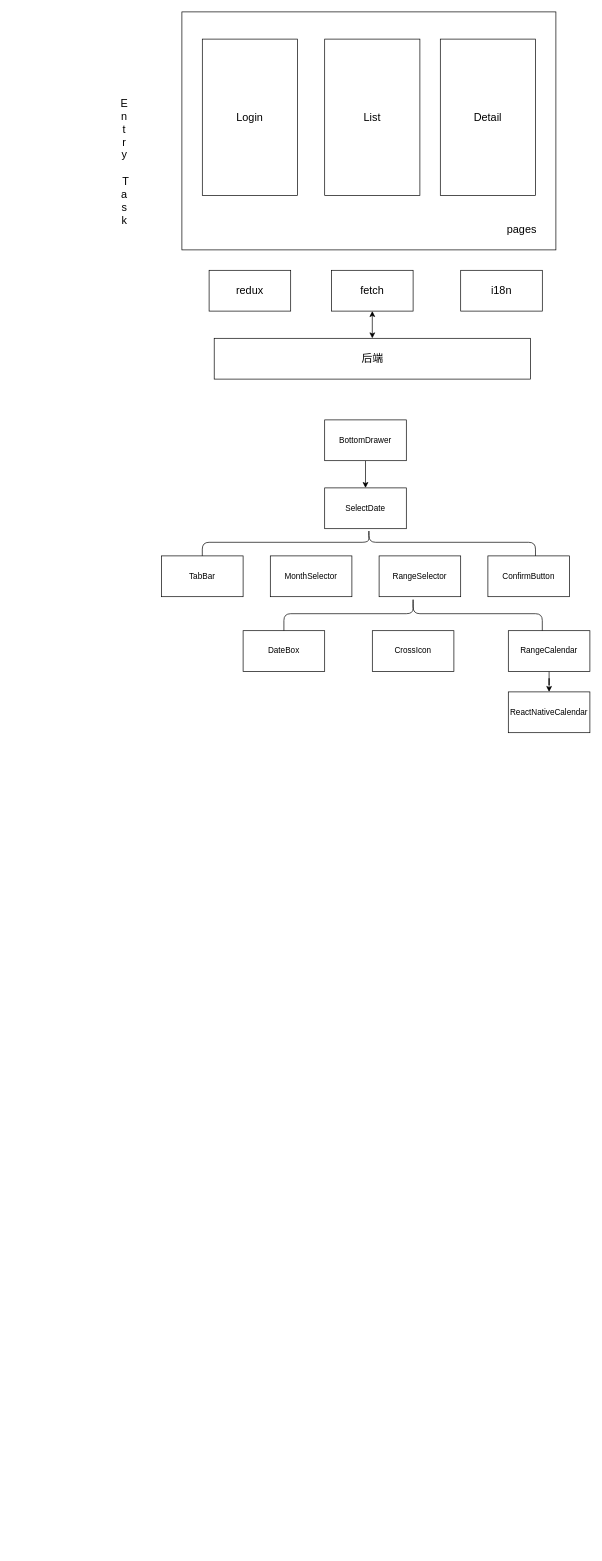
Earlier version of the draw.io diagram Untitled Diagram.drawio (cguank/-). Source tidied: cells renumbered, new cells numbered last; positions are measured from the earlier drawing's top-left corner, leaving out a move shared by most shapes. Both pictures are drawn from the tidied source at 68%, with x=0, y=0 at pixel (114, 12).
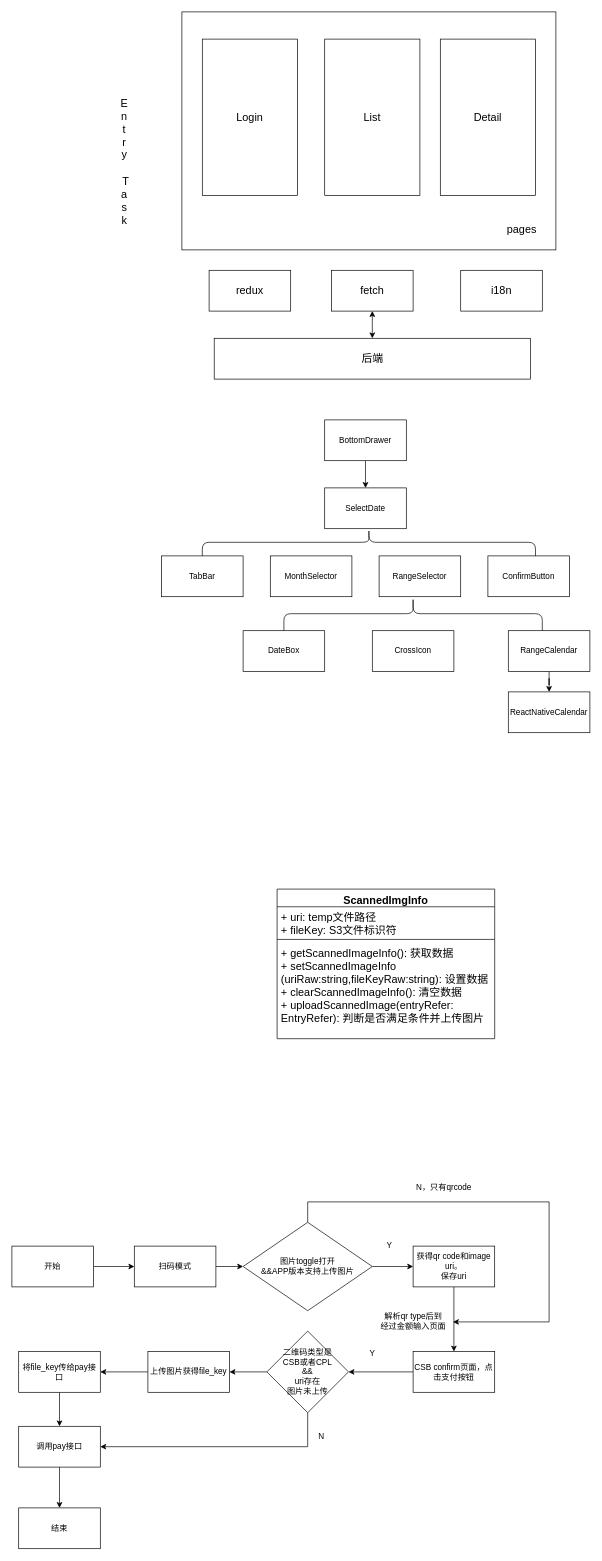
Above is the later version.

Change to the diagram source:
```diff
@@
+    <mxCell id="27" value="ScannedImgInfo" style="swimlane;fontStyle=1;align=center;verticalAlign=top;horizontal=1;startSize=26;whiteSpace=wrap;html=1;fontSize=16;" parent="1" vertex="1">
+      <mxGeometry x="240" y="1290" width="320" height="220" as="geometry" />
+    </mxCell>
+    <mxCell id="28" value="+ uri: temp文件路径&lt;div style=&quot;font-size: 16px;&quot;&gt;+ fileKey: S3文件标识符&lt;/div&gt;" style="text;strokeColor=none;fillColor=none;align=left;verticalAlign=top;spacingLeft=4;spacingRight=4;overflow=hidden;whiteSpace=wrap;html=1;fontSize=16;" parent="27" vertex="1">
+      <mxGeometry y="26" width="320" height="44" as="geometry" />
+    </mxCell>
+    <mxCell id="29" style="line;strokeWidth=1;fillColor=none;align=left;verticalAlign=middle;spacingTop=-1;spacingLeft=3;spacingRight=3;labelPosition=right;strokeColor=inherit;fontSize=16;" parent="27" vertex="1">
+      <mxGeometry y="70" width="320" height="8" as="geometry" />
+    </mxCell>
+    <mxCell id="30" value="+ getScannedImageInfo(): 获取数据&lt;div style=&quot;font-size: 16px;&quot;&gt;+&amp;nbsp;setScannedImageInfo&lt;/div&gt;&lt;div style=&quot;font-size: 16px;&quot;&gt;(uriRaw:string,fileKeyRaw:string): 设置数据&lt;/div&gt;&lt;div style=&quot;font-size: 16px;&quot;&gt;+&amp;nbsp;clearScannedImageInfo(): 清空数据&lt;/div&gt;&lt;div style=&quot;font-size: 16px;&quot;&gt;+&amp;nbsp;uploadScannedImage(entryRefer: EntryRefer): 判断是否满足条件并上传图片&lt;/div&gt;" style="text;strokeColor=none;fillColor=none;align=left;verticalAlign=top;spacingLeft=4;spacingRight=4;overflow=hidden;whiteSpace=wrap;html=1;fontSize=16;" parent="27" vertex="1">
+      <mxGeometry y="78" width="320" height="142" as="geometry" />
+    </mxCell>
+    <mxCell id="31" style="edgeStyle=orthogonalEdgeStyle;rounded=0;jettySize=auto;html=1;" parent="1" edge="1" source="32" target="34">
+      <mxGeometry relative="1" as="geometry" />
+    </mxCell>
+    <mxCell id="32" value="开始" style="rounded=0;whiteSpace=wrap;html=1;" parent="1" vertex="1">
+      <mxGeometry x="-150" y="1815" width="120" height="60" as="geometry" />
+    </mxCell>
+    <mxCell id="33" style="edgeStyle=orthogonalEdgeStyle;rounded=0;jettySize=auto;html=1;" parent="1" edge="1" source="34" target="37">
+      <mxGeometry relative="1" as="geometry" />
+    </mxCell>
+    <mxCell id="34" value="扫码模式" style="rounded=0;whiteSpace=wrap;html=1;" parent="1" vertex="1">
+      <mxGeometry x="30" y="1815" width="120" height="60" as="geometry" />
+    </mxCell>
+    <mxCell id="35" style="edgeStyle=orthogonalEdgeStyle;rounded=0;jettySize=auto;html=1;" parent="1" edge="1" source="37" target="40">
+      <mxGeometry relative="1" as="geometry" />
+    </mxCell>
+    <mxCell id="36" style="edgeStyle=orthogonalEdgeStyle;rounded=0;jettySize=auto;html=1;entryX=-0.035;entryY=0.549;entryDx=0;entryDy=0;entryPerimeter=0;" parent="1" edge="1" source="37">
+      <mxGeometry relative="1" as="geometry">
+        <mxPoint x="498.7" y="1926.5" as="targetPoint" />
+        <Array as="points">
+          <mxPoint x="285" y="1750" />
+          <mxPoint x="640" y="1750" />
+          <mxPoint x="640" y="1926" />
+        </Array>
+      </mxGeometry>
+    </mxCell>
+    <mxCell id="37" value="图片toggle打开&lt;div&gt;&amp;amp;&amp;amp;APP版本支持上传图片&lt;/div&gt;" style="rhombus;whiteSpace=wrap;html=1;" parent="1" vertex="1">
+      <mxGeometry x="190" y="1780" width="190" height="130" as="geometry" />
+    </mxCell>
+    <mxCell id="38" value="Y" style="text;html=1;align=center;verticalAlign=middle;strokeColor=none;fillColor=none;" parent="1" vertex="1">
+      <mxGeometry x="390" y="1800" width="30" height="30" as="geometry" />
+    </mxCell>
+    <mxCell id="39" style="edgeStyle=orthogonalEdgeStyle;rounded=0;jettySize=auto;html=1;" parent="1" edge="1" source="40" target="42">
+      <mxGeometry relative="1" as="geometry" />
+    </mxCell>
+    <mxCell id="40" value="获得qr code和image uri。&lt;div&gt;保存uri&lt;/div&gt;" style="whiteSpace=wrap;html=1;" parent="1" vertex="1">
+      <mxGeometry x="440" y="1815" width="120" height="60" as="geometry" />
+    </mxCell>
+    <mxCell id="41" style="edgeStyle=orthogonalEdgeStyle;rounded=0;jettySize=auto;html=1;" parent="1" edge="1" source="42" target="50">
+      <mxGeometry relative="1" as="geometry" />
+    </mxCell>
+    <mxCell id="42" value="CSB confirm页面，点击支付按钮" style="whiteSpace=wrap;html=1;" parent="1" vertex="1">
+      <mxGeometry x="440" y="1970" width="120" height="60" as="geometry" />
+    </mxCell>
+    <mxCell id="43" style="edgeStyle=orthogonalEdgeStyle;rounded=0;orthogonalLoop=1;jettySize=auto;html=1;exitX=0.5;exitY=1;exitDx=0;exitDy=0;" parent="1" edge="1" source="42" target="42">
+      <mxGeometry relative="1" as="geometry" />
+    </mxCell>
+    <mxCell id="44" style="edgeStyle=orthogonalEdgeStyle;rounded=0;jettySize=auto;html=1;" parent="1" edge="1" source="45" target="47">
+      <mxGeometry relative="1" as="geometry" />
+    </mxCell>
+    <mxCell id="45" value="上传图片获得file_key" style="whiteSpace=wrap;html=1;" parent="1" vertex="1">
+      <mxGeometry x="50" y="1970" width="120" height="60" as="geometry" />
+    </mxCell>
+    <mxCell id="46" style="edgeStyle=orthogonalEdgeStyle;rounded=0;jettySize=auto;html=1;" parent="1" edge="1" source="47" target="54">
+      <mxGeometry relative="1" as="geometry" />
+    </mxCell>
+    <mxCell id="47" value="将file_key传给pay接口" style="whiteSpace=wrap;html=1;" parent="1" vertex="1">
+      <mxGeometry x="-140" y="1970" width="120" height="60" as="geometry" />
+    </mxCell>
+    <mxCell id="48" style="edgeStyle=orthogonalEdgeStyle;rounded=0;jettySize=auto;html=1;" parent="1" edge="1" source="50" target="45">
+      <mxGeometry relative="1" as="geometry" />
+    </mxCell>
+    <mxCell id="49" style="edgeStyle=orthogonalEdgeStyle;rounded=0;jettySize=auto;html=1;entryX=1;entryY=0.5;entryDx=0;entryDy=0;" parent="1" edge="1" source="50" target="54">
+      <mxGeometry relative="1" as="geometry">
+        <Array as="points">
+          <mxPoint x="285" y="2110" />
+        </Array>
+      </mxGeometry>
+    </mxCell>
+    <mxCell id="50" value="二维码类型是&lt;div&gt;CSB或者CPL&lt;/div&gt;&lt;div&gt;&amp;amp;&amp;amp;&lt;/div&gt;&lt;div&gt;uri存在&lt;/div&gt;&lt;div&gt;图片未上传&lt;/div&gt;" style="rhombus;whiteSpace=wrap;html=1;" parent="1" vertex="1">
+      <mxGeometry x="225" y="1940" width="120" height="120" as="geometry" />
+    </mxCell>
+    <mxCell id="51" value="结束" style="whiteSpace=wrap;html=1;" parent="1" vertex="1">
+      <mxGeometry x="-140" y="2200" width="120" height="60" as="geometry" />
+    </mxCell>
+    <mxCell id="52" value="Y" style="text;html=1;align=center;verticalAlign=middle;strokeColor=none;fillColor=none;" parent="1" vertex="1">
+      <mxGeometry x="365" y="1958" width="30" height="30" as="geometry" />
+    </mxCell>
+    <mxCell id="53" style="edgeStyle=orthogonalEdgeStyle;rounded=0;jettySize=auto;html=1;" parent="1" edge="1" source="54" target="51">
+      <mxGeometry relative="1" as="geometry" />
+    </mxCell>
+    <mxCell id="54" value="调用pay接口" style="whiteSpace=wrap;html=1;" parent="1" vertex="1">
+      <mxGeometry x="-140" y="2080" width="120" height="60" as="geometry" />
+    </mxCell>
+    <mxCell id="55" value="N" style="text;html=1;align=center;verticalAlign=middle;strokeColor=none;fillColor=none;" parent="1" vertex="1">
+      <mxGeometry x="290" y="2080" width="30" height="30" as="geometry" />
+    </mxCell>
+    <mxCell id="56" value="N，只有qrcode" style="text;html=1;align=center;verticalAlign=middle;strokeColor=none;fillColor=none;" parent="1" vertex="1">
+      <mxGeometry x="435" y="1714" width="100" height="30" as="geometry" />
+    </mxCell>
+    <mxCell id="57" value="解析qr type后到&lt;div&gt;经过金额输入页面&lt;/div&gt;" style="text;html=1;align=center;verticalAlign=middle;strokeColor=none;fillColor=none;" parent="1" vertex="1">
+      <mxGeometry x="380" y="1905" width="120" height="40" as="geometry" />
+    </mxCell>
```
